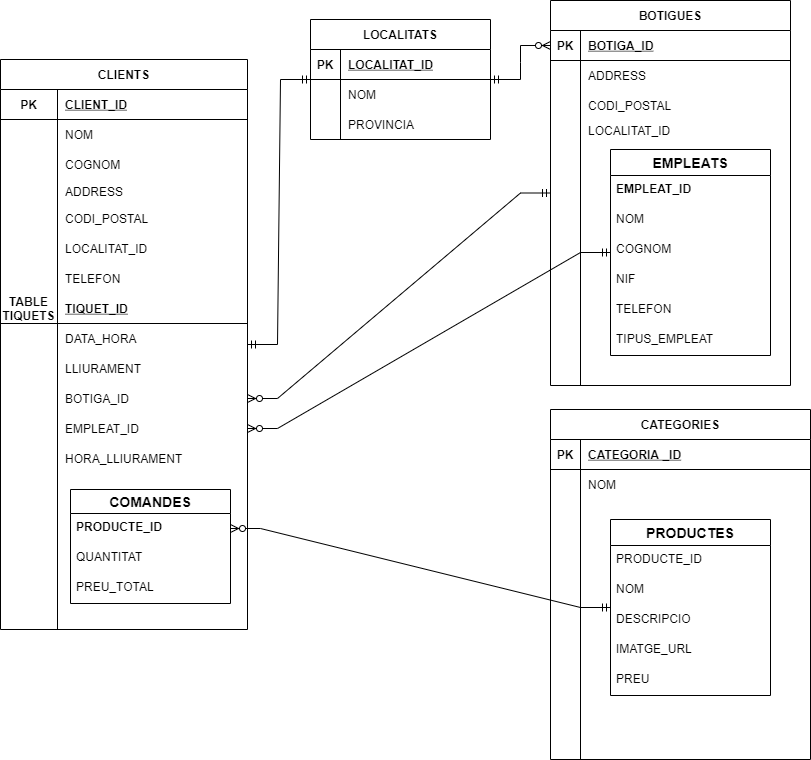
Before: Estructura de dades - MongoDB/design2/pizzeria/pizzeria.mongodb.drawio.png, a diagram exported from draw.io (oscarvargas4/itacademy-sprint2-datastructure). Source tidied: cells renumbered, new cells last; positions are measured from the earlier drawing's top-left corner, leaving out a move shared by most shapes.
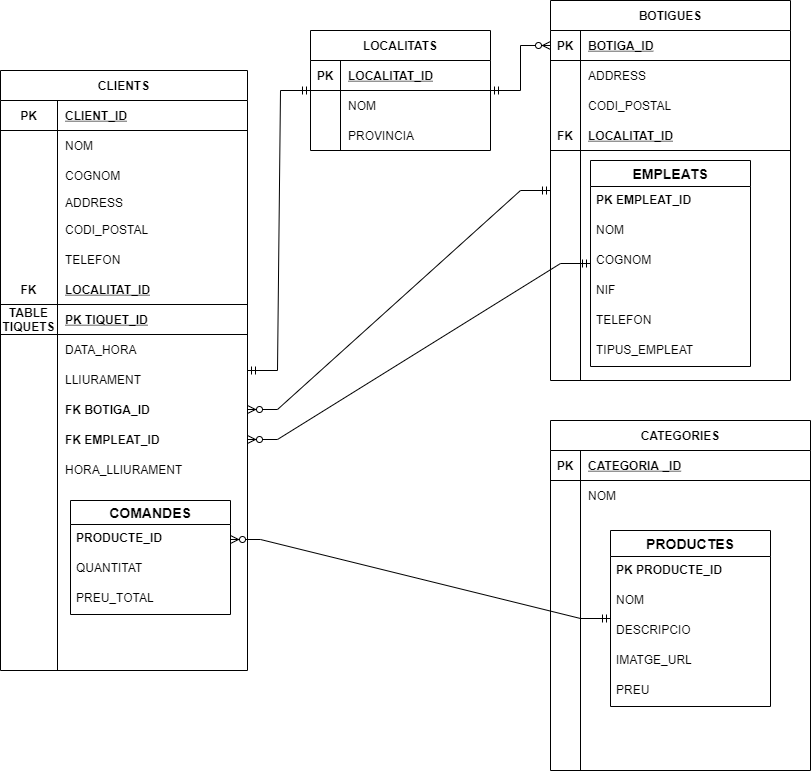
Above is the later version.

Diff of the diagram source:
```diff
@@ -8,7 +8,7 @@
     <mxCell id="3" value="PRODUCTES" style="swimlane;fontStyle=1;horizontal=1;startSize=26;align=center;fontSize=14;" parent="1" vertex="1">
       <mxGeometry x="610" y="519" width="160" height="176" as="geometry" />
     </mxCell>
-    <mxCell id="4" value="PRODUCTE_ID" style="text;strokeColor=none;fillColor=none;spacingLeft=4;spacingRight=4;overflow=hidden;fontSize=12;" parent="3" vertex="1">
+    <mxCell id="4" value="PK PRODUCTE_ID" style="text;strokeColor=none;fillColor=none;spacingLeft=4;spacingRight=4;overflow=hidden;fontSize=12;fontStyle=1;" parent="3" vertex="1">
       <mxGeometry y="26" width="160" height="30" as="geometry" />
     </mxCell>
     <mxCell id="5" value="NOM" style="text;strokeColor=none;fillColor=none;spacingLeft=4;spacingRight=4;overflow=hidden;fontSize=12;" parent="3" vertex="1">
@@ -30,9 +30,9 @@
       <mxGeometry relative="1" as="geometry" />
     </mxCell>
     <mxCell id="11" value="EMPLEATS" style="swimlane;fontStyle=1;horizontal=1;startSize=26;align=center;fontSize=14;" parent="1" vertex="1">
-      <mxGeometry x="610" y="149" width="160" height="206" as="geometry" />
+      <mxGeometry x="590" y="149" width="160" height="206" as="geometry" />
     </mxCell>
-    <mxCell id="12" value="EMPLEAT_ID" style="text;strokeColor=none;fillColor=none;spacingLeft=4;spacingRight=4;overflow=hidden;fontSize=12;fontStyle=1;" parent="11" vertex="1">
+    <mxCell id="12" value="PK EMPLEAT_ID" style="text;strokeColor=none;fillColor=none;spacingLeft=4;spacingRight=4;overflow=hidden;fontSize=12;fontStyle=1;" parent="11" vertex="1">
       <mxGeometry y="26" width="160" height="30" as="geometry" />
     </mxCell>
     <mxCell id="13" value="NOM" style="text;strokeColor=none;fillColor=none;spacingLeft=4;spacingRight=4;overflow=hidden;fontSize=12;" parent="11" vertex="1">
@@ -51,7 +51,7 @@
       <mxGeometry y="176" width="160" height="30" as="geometry" />
     </mxCell>
     <mxCell id="18" value="CLIENTS" style="shape=table;startSize=30;rowLines=0;fontStyle=1;align=center;" parent="1" vertex="1">
-      <mxGeometry y="59" width="247" height="570" as="geometry" />
+      <mxGeometry y="59" width="247" height="600" as="geometry" />
     </mxCell>
     <mxCell id="19" style="shape=partialRectangle;fillColor=none;top=0;left=0;bottom=1;right=0;" parent="18" vertex="1">
       <mxGeometry y="30" width="247" height="30" as="geometry" />
@@ -98,17 +98,8 @@
     <mxCell id="33" value="CODI_POSTAL" style="shape=partialRectangle;fillColor=none;top=0;left=0;bottom=0;right=0;align=left;spacingLeft=6;overflow=hidden;" parent="31" vertex="1">
       <mxGeometry x="57" width="190" height="30" as="geometry" />
     </mxCell>
-    <mxCell id="34" style="shape=partialRectangle;fillColor=none;top=0;left=0;bottom=0;right=0;" parent="18" vertex="1">
-      <mxGeometry y="174" width="247" height="30" as="geometry" />
-    </mxCell>
-    <mxCell id="35" style="shape=partialRectangle;fillColor=none;top=0;left=0;bottom=0;right=0;overflow=hidden;" parent="34" vertex="1">
-      <mxGeometry width="57" height="30" as="geometry" />
-    </mxCell>
-    <mxCell id="36" value="LOCALITAT_ID" style="shape=partialRectangle;fillColor=none;top=0;left=0;bottom=0;right=0;align=left;spacingLeft=6;overflow=hidden;" parent="34" vertex="1">
-      <mxGeometry x="57" width="190" height="30" as="geometry" />
-    </mxCell>
     <mxCell id="37" style="shape=partialRectangle;fillColor=none;top=0;left=0;bottom=0;right=0;" parent="18" vertex="1">
-      <mxGeometry y="204" width="247" height="30" as="geometry" />
+      <mxGeometry y="174" width="247" height="30" as="geometry" />
     </mxCell>
     <mxCell id="38" style="shape=partialRectangle;fillColor=none;top=0;left=0;bottom=0;right=0;overflow=hidden;" parent="37" vertex="1">
       <mxGeometry width="57" height="30" as="geometry" />
@@ -116,13 +107,22 @@
     <mxCell id="39" value="TELEFON" style="shape=partialRectangle;fillColor=none;top=0;left=0;bottom=0;right=0;align=left;spacingLeft=6;overflow=hidden;" parent="37" vertex="1">
       <mxGeometry x="57" width="190" height="30" as="geometry" />
     </mxCell>
+    <mxCell id="94" style="shape=partialRectangle;fillColor=none;top=0;left=0;bottom=1;right=0;" parent="18" vertex="1">
+      <mxGeometry y="204" width="247" height="30" as="geometry" />
+    </mxCell>
+    <mxCell id="95" value="FK" style="shape=partialRectangle;fillColor=none;top=0;left=0;bottom=0;right=0;fontStyle=1;overflow=hidden;" parent="94" vertex="1">
+      <mxGeometry width="57" height="30" as="geometry" />
+    </mxCell>
+    <mxCell id="96" value="LOCALITAT_ID" style="shape=partialRectangle;fillColor=none;top=0;left=0;bottom=0;right=0;align=left;spacingLeft=6;fontStyle=5;overflow=hidden;" parent="94" vertex="1">
+      <mxGeometry x="57" width="190" height="30" as="geometry" />
+    </mxCell>
     <mxCell id="40" style="shape=partialRectangle;fillColor=none;top=0;left=0;bottom=1;right=0;rounded=0;" parent="18" vertex="1">
       <mxGeometry y="234" width="247" height="30" as="geometry" />
     </mxCell>
     <mxCell id="41" value="TABLE&#10;TIQUETS" style="shape=partialRectangle;fillColor=none;top=0;left=0;bottom=0;right=0;fontStyle=1;overflow=hidden;rounded=0;" parent="40" vertex="1">
       <mxGeometry width="57" height="30" as="geometry" />
     </mxCell>
-    <mxCell id="42" value="TIQUET_ID" style="shape=partialRectangle;fillColor=none;top=0;left=0;bottom=0;right=0;align=left;spacingLeft=6;fontStyle=5;overflow=hidden;rounded=0;" parent="40" vertex="1">
+    <mxCell id="42" value="PK TIQUET_ID" style="shape=partialRectangle;fillColor=none;top=0;left=0;bottom=0;right=0;align=left;spacingLeft=6;fontStyle=5;overflow=hidden;rounded=0;" parent="40" vertex="1">
       <mxGeometry x="57" width="190" height="30" as="geometry" />
     </mxCell>
     <mxCell id="43" style="shape=partialRectangle;fillColor=none;top=0;left=0;bottom=0;right=0;rounded=0;" parent="18" vertex="1">
@@ -149,7 +149,7 @@
     <mxCell id="50" style="shape=partialRectangle;fillColor=none;top=0;left=0;bottom=0;right=0;overflow=hidden;rounded=0;" parent="49" vertex="1">
       <mxGeometry width="57" height="30" as="geometry" />
     </mxCell>
-    <mxCell id="51" value="BOTIGA_ID" style="shape=partialRectangle;fillColor=none;top=0;left=0;bottom=0;right=0;align=left;spacingLeft=6;overflow=hidden;rounded=0;" parent="49" vertex="1">
+    <mxCell id="51" value="FK BOTIGA_ID" style="shape=partialRectangle;fillColor=none;top=0;left=0;bottom=0;right=0;align=left;spacingLeft=6;overflow=hidden;rounded=0;fontStyle=1;" parent="49" vertex="1">
       <mxGeometry x="57" width="190" height="30" as="geometry" />
     </mxCell>
     <mxCell id="52" style="shape=partialRectangle;fillColor=none;top=0;left=0;bottom=0;right=0;points=[[0,0.5],[1,0.5]];portConstraint=eastwest;rounded=0;" parent="18" vertex="1">
@@ -158,7 +158,7 @@
     <mxCell id="53" style="shape=partialRectangle;fillColor=none;top=0;left=0;bottom=0;right=0;overflow=hidden;rounded=0;" parent="52" vertex="1">
       <mxGeometry width="57" height="30" as="geometry" />
     </mxCell>
-    <mxCell id="54" value="EMPLEAT_ID" style="shape=partialRectangle;fillColor=none;top=0;left=0;bottom=0;right=0;align=left;spacingLeft=6;overflow=hidden;rounded=0;" parent="52" vertex="1">
+    <mxCell id="54" value="FK EMPLEAT_ID" style="shape=partialRectangle;fillColor=none;top=0;left=0;bottom=0;right=0;align=left;spacingLeft=6;overflow=hidden;rounded=0;fontStyle=1;" parent="52" vertex="1">
       <mxGeometry x="57" width="190" height="30" as="geometry" />
     </mxCell>
     <mxCell id="55" style="shape=partialRectangle;fillColor=none;top=0;left=0;bottom=0;right=0;rounded=0;" parent="18" vertex="1">
@@ -201,7 +201,7 @@
       <mxGeometry x="30" width="150" height="30" as="geometry" />
     </mxCell>
     <mxCell id="68" value="BOTIGUES" style="shape=table;startSize=30;rowLines=0;fontStyle=1;align=center;" parent="1" vertex="1">
-      <mxGeometry x="550" width="240" height="385" as="geometry" />
+      <mxGeometry x="550" y="-11" width="240" height="380" as="geometry" />
     </mxCell>
     <mxCell id="69" style="shape=partialRectangle;fillColor=none;top=0;left=0;bottom=1;right=0;points=[[0,0.5],[1,0.5]];portConstraint=eastwest;" parent="68" vertex="1">
       <mxGeometry y="30" width="240" height="30" as="geometry" />
@@ -230,15 +230,15 @@
     <mxCell id="77" value="CODI_POSTAL" style="shape=partialRectangle;fillColor=none;top=0;left=0;bottom=0;right=0;align=left;spacingLeft=6;overflow=hidden;" parent="75" vertex="1">
       <mxGeometry x="30" width="210" height="30" as="geometry" />
     </mxCell>
-    <mxCell id="78" style="shape=partialRectangle;fillColor=none;top=0;left=0;bottom=0;right=0;" parent="68" vertex="1">
-      <mxGeometry y="120" width="240" height="20" as="geometry" />
-    </mxCell>
-    <mxCell id="79" style="shape=partialRectangle;fillColor=none;top=0;left=0;bottom=0;right=0;overflow=hidden;" parent="78" vertex="1">
-      <mxGeometry width="30" height="20" as="geometry" />
-    </mxCell>
-    <mxCell id="80" value="LOCALITAT_ID" style="shape=partialRectangle;fillColor=none;top=0;left=0;bottom=0;right=0;align=left;spacingLeft=6;overflow=hidden;" parent="78" vertex="1">
-      <mxGeometry x="30" width="210" height="20" as="geometry" />
-    </mxCell>
+    <mxCell id="97" style="shape=partialRectangle;fillColor=none;top=0;left=0;bottom=1;right=0;" parent="68" vertex="1">
+      <mxGeometry y="120" width="240" height="30" as="geometry" />
+    </mxCell>
+    <mxCell id="98" value="FK" style="shape=partialRectangle;fillColor=none;top=0;left=0;bottom=0;right=0;fontStyle=1;overflow=hidden;" parent="97" vertex="1">
+      <mxGeometry width="30" height="30" as="geometry" />
+    </mxCell>
+    <mxCell id="99" value="LOCALITAT_ID" style="shape=partialRectangle;fillColor=none;top=0;left=0;bottom=0;right=0;align=left;spacingLeft=6;fontStyle=5;overflow=hidden;" parent="97" vertex="1">
+      <mxGeometry x="30" width="210" height="30" as="geometry" />
+    </mxCell>
     <mxCell id="81" style="edgeStyle=entityRelationEdgeStyle;fontSize=12;html=1;endArrow=ERzeroToMany;startArrow=ERmandOne;rounded=0;" parent="1" edge="1" source="11" target="52">
       <mxGeometry relative="1" as="geometry" />
     </mxCell>
```
